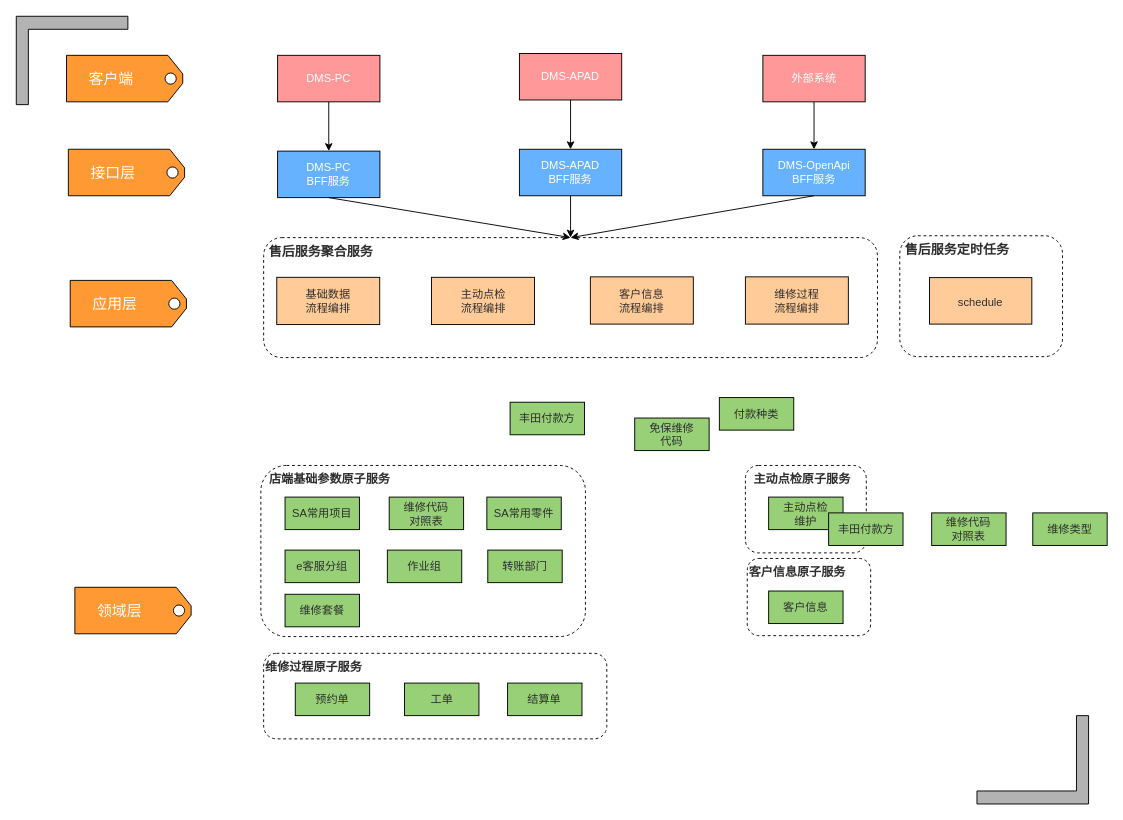
This is 服务领域服务应用架构.drawio from Fat-Rice/study, a draw.io file, before an edit. Source tidied: cells renumbered, new cells numbered last; positions are measured from the earlier drawing's top-left corner, leaving out a move shared by most shapes. Both pictures are drawn from the tidied source at 93%, with x=0, y=0 at pixel (16, 16).
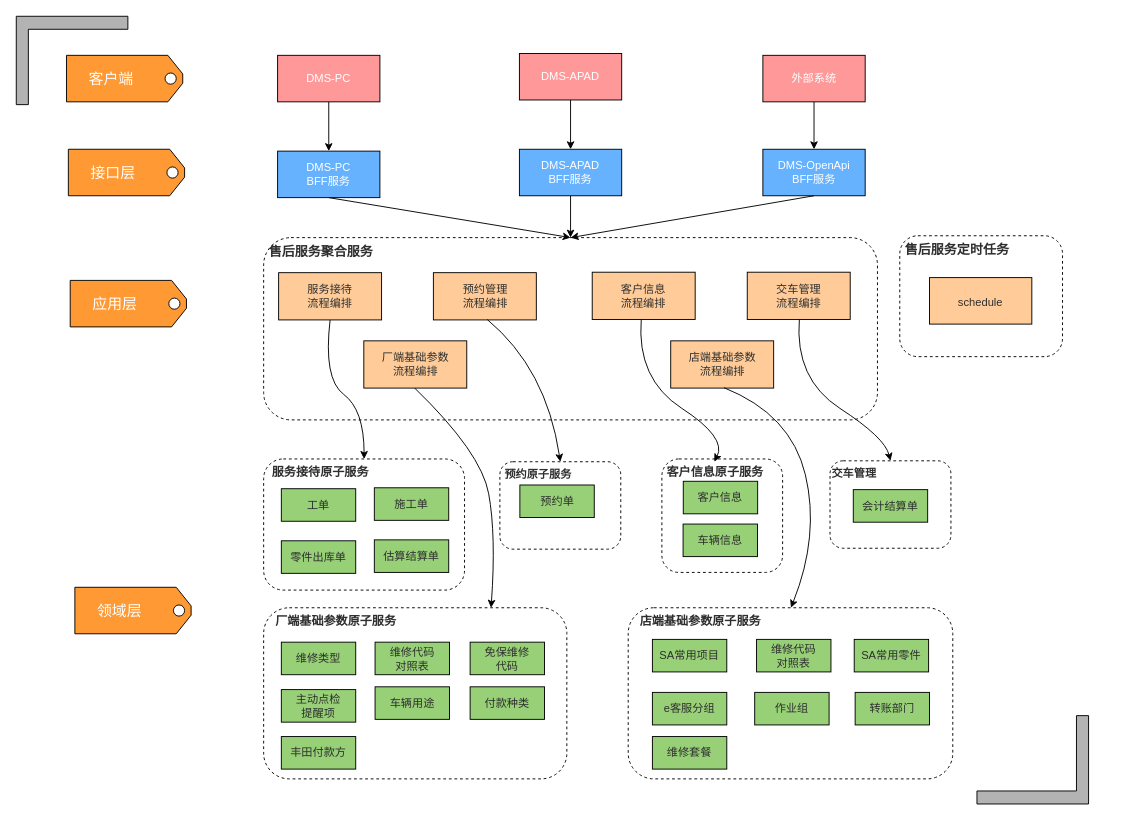
After the change.

Commit message:
更新服务领域服务应用架构.drawio

What changed in the source:
```diff
@@
+    <mxCell id="59" value="&amp;nbsp;&lt;b&gt;预约原子服务&lt;/b&gt;" style="rounded=1;whiteSpace=wrap;html=1;fontSize=12;fontColor=#2E2E2E;fillColor=#FFFFFF;dashed=1;align=left;verticalAlign=top;" parent="1" vertex="1">
+      <mxGeometry x="520" y="479" width="130" height="94" as="geometry" />
+    </mxCell>
+    <mxCell id="60" value="&lt;b&gt;&lt;font style=&quot;font-size: 13px&quot;&gt;&lt;font style=&quot;font-size: 13px&quot;&gt;&amp;nbsp;&amp;nbsp; 厂端基础参数&lt;/font&gt;&lt;/font&gt;&lt;font style=&quot;font-size: 13px&quot;&gt;原子服务&lt;/font&gt;&lt;/b&gt;" style="rounded=1;whiteSpace=wrap;html=1;fontSize=12;fontColor=#2E2E2E;fillColor=#FFFFFF;dashed=1;align=left;verticalAlign=top;" parent="1" vertex="1">
+      <mxGeometry x="266" y="636" width="326" height="184" as="geometry" />
+    </mxCell>
     <mxCell id="2" value="&lt;div style=&quot;font-size: 14px&quot; align=&quot;left&quot;&gt;&lt;font style=&quot;font-size: 14px&quot;&gt;&lt;b&gt;&lt;font style=&quot;font-size: 14px&quot; color=&quot;#2E2E2E&quot;&gt;&amp;nbsp;售后服务聚合服务&lt;/font&gt;&lt;/b&gt;&lt;/font&gt;&lt;/div&gt;" style="rounded=1;whiteSpace=wrap;html=1;fontSize=18;fontColor=#FFFFFF;fillColor=#FFFFFF;dashed=1;align=left;horizontal=1;verticalAlign=top;" parent="1" vertex="1">
-      <mxGeometry x="266" y="238" width="660" height="129" as="geometry" />
+      <mxGeometry x="266" y="238" width="660" height="196" as="geometry" />
     </mxCell>
@@
-    <mxCell id="27" value="&lt;b&gt;&lt;font style=&quot;font-size: 13px&quot;&gt;&lt;font style=&quot;font-size: 13px&quot;&gt;&amp;nbsp; 店端基础参数&lt;/font&gt;&lt;/font&gt;&lt;font style=&quot;font-size: 13px&quot;&gt;原子服务&lt;/font&gt;&lt;/b&gt;" style="rounded=1;whiteSpace=wrap;html=1;fontSize=12;fontColor=#2E2E2E;fillColor=#FFFFFF;dashed=1;align=left;verticalAlign=top;" parent="1" vertex="1">
-      <mxGeometry x="263" y="483" width="349" height="184" as="geometry" />
+    <mxCell id="27" value="&lt;b&gt;&lt;font style=&quot;font-size: 13px&quot;&gt;&lt;font style=&quot;font-size: 13px&quot;&gt;&amp;nbsp;&amp;nbsp; 店端基础参数&lt;/font&gt;&lt;/font&gt;&lt;font style=&quot;font-size: 13px&quot;&gt;原子服务&lt;/font&gt;&lt;/b&gt;" style="rounded=1;whiteSpace=wrap;html=1;fontSize=12;fontColor=#2E2E2E;fillColor=#FFFFFF;dashed=1;align=left;verticalAlign=top;" parent="1" vertex="1">
+      <mxGeometry x="658" y="636" width="349" height="184" as="geometry" />
     </mxCell>
-    <mxCell id="28" value="丰田付款方" style="rounded=0;whiteSpace=wrap;html=1;fontSize=12;fontColor=#2E2E2E;fillColor=#97D077;" parent="1" vertex="1">
-      <mxGeometry x="531" y="415" width="80" height="35" as="geometry" />
+    <mxCell id="28" value="&lt;div&gt;主动点检&lt;/div&gt;&lt;div&gt;提醒项&lt;/div&gt;" style="rounded=0;whiteSpace=wrap;html=1;fontSize=12;fontColor=#2E2E2E;fillColor=#97D077;" parent="1" vertex="1">
+      <mxGeometry x="285" y="724" width="80" height="35" as="geometry" />
     </mxCell>
     <mxCell id="29" value="作业组" style="rounded=0;whiteSpace=wrap;html=1;fontSize=12;fontColor=#2E2E2E;fillColor=#97D077;" parent="1" vertex="1">
-      <mxGeometry x="399" y="574" width="80" height="35" as="geometry" />
+      <mxGeometry x="794" y="727" width="80" height="35" as="geometry" />
     </mxCell>
-    <mxCell id="30" value="&lt;font style=&quot;font-size: 13px&quot;&gt;&lt;b&gt;&amp;nbsp; 主动点检原子服务&lt;/b&gt;&lt;/font&gt;" style="rounded=1;whiteSpace=wrap;html=1;fontSize=12;fontColor=#2E2E2E;fillColor=#FFFFFF;dashed=1;align=left;verticalAlign=top;" parent="1" vertex="1">
-      <mxGeometry x="784" y="483" width="130" height="94" as="geometry" />
+    <mxCell id="30" value="&lt;b&gt;交车管理&lt;/b&gt;" style="rounded=1;whiteSpace=wrap;html=1;fontSize=12;fontColor=#2E2E2E;fillColor=#FFFFFF;dashed=1;align=left;verticalAlign=top;" parent="1" vertex="1">
+      <mxGeometry x="875" y="478" width="130" height="94" as="geometry" />
     </mxCell>
     <mxCell id="31" value="维修类型" style="rounded=0;whiteSpace=wrap;html=1;fontSize=12;fontColor=#2E2E2E;fillColor=#97D077;" parent="1" vertex="1">
-      <mxGeometry x="1093" y="534" width="80" height="35" as="geometry" />
+      <mxGeometry x="285" y="673" width="80" height="35" as="geometry" />
     </mxCell>
     <mxCell id="32" value="SA常用零件" style="rounded=0;whiteSpace=wrap;html=1;fontSize=12;fontColor=#2E2E2E;fillColor=#97D077;" parent="1" vertex="1">
-      <mxGeometry x="506" y="517" width="80" height="35" as="geometry" />
+      <mxGeometry x="901" y="670" width="80" height="35" as="geometry" />
     </mxCell>
-    <mxCell id="33" value="&lt;div&gt;主动点检&lt;/div&gt;&lt;div&gt;维护&lt;/div&gt;" style="rounded=0;whiteSpace=wrap;html=1;fontSize=12;fontColor=#2E2E2E;fillColor=#97D077;" parent="1" vertex="1">
-      <mxGeometry x="809" y="517" width="80" height="35" as="geometry" />
+    <mxCell id="33" value="会计结算单" style="rounded=0;whiteSpace=wrap;html=1;fontSize=12;fontColor=#2E2E2E;fillColor=#97D077;" parent="1" vertex="1">
+      <mxGeometry x="900" y="509" width="80" height="35" as="geometry" />
     </mxCell>
-    <mxCell id="34" value="&lt;font style=&quot;font-size: 13px&quot;&gt;&lt;b&gt;维修过程原子服务&lt;/b&gt;&lt;/font&gt;" style="rounded=1;whiteSpace=wrap;html=1;fontSize=12;fontColor=#2E2E2E;fillColor=#FFFFFF;dashed=1;align=left;verticalAlign=top;" parent="1" vertex="1">
-      <mxGeometry x="266" y="685" width="369" height="92" as="geometry" />
+    <mxCell id="34" value="&lt;font style=&quot;font-size: 13px&quot;&gt;&lt;b&gt;&amp;nbsp; 服务接待原子服务&lt;/b&gt;&lt;/font&gt;" style="rounded=1;whiteSpace=wrap;html=1;fontSize=12;fontColor=#2E2E2E;fillColor=#FFFFFF;dashed=1;align=left;verticalAlign=top;" parent="1" vertex="1">
+      <mxGeometry x="266" y="476" width="216" height="141" as="geometry" />
     </mxCell>
     <mxCell id="35" value="预约单" style="rounded=0;whiteSpace=wrap;html=1;fontSize=12;fontColor=#2E2E2E;fillColor=#97D077;" parent="1" vertex="1">
-      <mxGeometry x="300" y="717" width="80" height="35" as="geometry" />
+      <mxGeometry x="541.5" y="504" width="80" height="35" as="geometry" />
     </mxCell>
     <mxCell id="36" value="工单" style="rounded=0;whiteSpace=wrap;html=1;fontSize=12;fontColor=#2E2E2E;fillColor=#97D077;" parent="1" vertex="1">
-      <mxGeometry x="417.5" y="717" width="80" height="35" as="geometry" />
+      <mxGeometry x="285" y="508" width="80" height="35" as="geometry" />
     </mxCell>
-    <mxCell id="37" value="基础数据&lt;br style=&quot;font-size: 12px&quot;&gt;&lt;div style=&quot;font-size: 12px&quot;&gt;&lt;font style=&quot;font-size: 12px&quot;&gt;流程编排&lt;br style=&quot;font-size: 12px&quot;&gt;&lt;/font&gt;&lt;/div&gt;" style="rounded=0;whiteSpace=wrap;html=1;fontSize=12;fontColor=#2E2E2E;fillColor=#FFCC99;" parent="1" vertex="1">
-      <mxGeometry x="280.1" y="280.7" width="110.7" height="50.8" as="geometry" />
+    <mxCell id="37" value="服务接待&lt;br style=&quot;font-size: 12px&quot;&gt;&lt;div style=&quot;font-size: 12px&quot;&gt;&lt;font style=&quot;font-size: 12px&quot;&gt;流程编排&lt;br style=&quot;font-size: 12px&quot;&gt;&lt;/font&gt;&lt;/div&gt;" style="rounded=0;whiteSpace=wrap;html=1;fontSize=12;fontColor=#2E2E2E;fillColor=#FFCC99;" parent="1" vertex="1">
+      <mxGeometry x="282.1" y="275.7" width="110.7" height="50.8" as="geometry" />
     </mxCell>
-    <mxCell id="38" value="主动点检&lt;br&gt;&lt;div style=&quot;font-size: 12px&quot;&gt;&lt;font style=&quot;font-size: 12px&quot;&gt;流程编排&lt;/font&gt;&lt;br style=&quot;font-size: 12px&quot;&gt;&lt;/div&gt;" style="rounded=0;whiteSpace=wrap;html=1;fontSize=12;fontColor=#2E2E2E;fillColor=#FFCC99;" parent="1" vertex="1">
-      <mxGeometry x="446.5" y="280.7" width="110.7" height="50.8" as="geometry" />
+    <mxCell id="38" value="预约管理&lt;br&gt;&lt;div style=&quot;font-size: 12px&quot;&gt;&lt;font style=&quot;font-size: 12px&quot;&gt;流程编排&lt;/font&gt;&lt;br style=&quot;font-size: 12px&quot;&gt;&lt;/div&gt;" style="rounded=0;whiteSpace=wrap;html=1;fontSize=12;fontColor=#2E2E2E;fillColor=#FFCC99;" parent="1" vertex="1">
+      <mxGeometry x="448.5" y="275.7" width="110.7" height="50.8" as="geometry" />
     </mxCell>
     <mxCell id="39" value="&lt;div style=&quot;font-size: 12px&quot;&gt;&lt;font style=&quot;font-size: 12px&quot;&gt;客户信息&lt;/font&gt;&lt;/div&gt;&lt;div style=&quot;font-size: 12px&quot;&gt;&lt;font style=&quot;font-size: 12px&quot;&gt;流程编排&lt;/font&gt;&lt;/div&gt;" style="rounded=0;whiteSpace=wrap;html=1;fontSize=12;fontColor=#2E2E2E;fillColor=#FFCC99;" parent="1" vertex="1">
-      <mxGeometry x="617.3" y="280.2" width="110.7" height="50.8" as="geometry" />
+      <mxGeometry x="619.3" y="275.2" width="110.7" height="50.8" as="geometry" />
     </mxCell>
-    <mxCell id="40" value="维修过程&lt;br&gt;&lt;div style=&quot;font-size: 12px&quot;&gt;&lt;font style=&quot;font-size: 12px&quot;&gt;流程编排&lt;/font&gt;&lt;/div&gt;" style="rounded=0;whiteSpace=wrap;html=1;fontSize=12;fontColor=#2E2E2E;fillColor=#FFCC99;" parent="1" vertex="1">
-      <mxGeometry x="784" y="280.2" width="110.7" height="50.8" as="geometry" />
+    <mxCell id="40" value="交车管理&lt;br&gt;&lt;div style=&quot;font-size: 12px&quot;&gt;&lt;font style=&quot;font-size: 12px&quot;&gt;流程编排&lt;/font&gt;&lt;/div&gt;" style="rounded=0;whiteSpace=wrap;html=1;fontSize=12;fontColor=#2E2E2E;fillColor=#FFCC99;" parent="1" vertex="1">
+      <mxGeometry x="786" y="275.2" width="110.7" height="50.8" as="geometry" />
     </mxCell>
@@
     <mxCell id="43" value="&lt;div&gt;维修代码&lt;/div&gt;&lt;div&gt;对照表&lt;/div&gt;" style="rounded=0;whiteSpace=wrap;html=1;fontSize=12;fontColor=#2E2E2E;fillColor=#97D077;" parent="1" vertex="1">
-      <mxGeometry x="401" y="517" width="80" height="35" as="geometry" />
+      <mxGeometry x="796" y="670" width="80" height="35" as="geometry" />
     </mxCell>
     <mxCell id="44" value="SA常用项目" style="rounded=0;whiteSpace=wrap;html=1;fontSize=12;fontColor=#2E2E2E;fillColor=#97D077;" parent="1" vertex="1">
-      <mxGeometry x="289" y="517" width="80" height="35" as="geometry" />
+      <mxGeometry x="684" y="670" width="80" height="35" as="geometry" />
     </mxCell>
     <mxCell id="45" value="付款种类" style="rounded=0;whiteSpace=wrap;html=1;fontSize=12;fontColor=#2E2E2E;fillColor=#97D077;" parent="1" vertex="1">
-      <mxGeometry x="756" y="410" width="80" height="35" as="geometry" />
+      <mxGeometry x="488" y="721" width="80" height="35" as="geometry" />
     </mxCell>
     <mxCell id="46" value="&lt;div&gt;免保维修&lt;/div&gt;&lt;div&gt;代码&lt;/div&gt;" style="rounded=0;whiteSpace=wrap;html=1;fontSize=12;fontColor=#2E2E2E;fillColor=#97D077;" parent="1" vertex="1">
-      <mxGeometry x="665" y="432" width="80" height="35" as="geometry" />
+      <mxGeometry x="488" y="673" width="80" height="35" as="geometry" />
     </mxCell>
     <mxCell id="47" value="e客服分组" style="rounded=0;whiteSpace=wrap;html=1;fontSize=12;fontColor=#2E2E2E;fillColor=#97D077;" parent="1" vertex="1">
-      <mxGeometry x="289" y="574" width="80" height="35" as="geometry" />
+      <mxGeometry x="684" y="727" width="80" height="35" as="geometry" />
     </mxCell>
-    <mxCell id="48" value="&lt;font style=&quot;font-size: 13px&quot;&gt;&lt;b&gt;客户信息原子服务&lt;/b&gt;&lt;/font&gt;" style="rounded=1;whiteSpace=wrap;html=1;fontSize=12;fontColor=#2E2E2E;fillColor=#FFFFFF;dashed=1;align=left;verticalAlign=top;" parent="1" vertex="1">
-      <mxGeometry x="786" y="583" width="132.7" height="83" as="geometry" />
+    <mxCell id="48" value="&lt;font style=&quot;font-size: 13px&quot;&gt;&lt;b&gt;&amp;nbsp;客户信息原子服务&lt;/b&gt;&lt;/font&gt;" style="rounded=1;whiteSpace=wrap;html=1;fontSize=12;fontColor=#2E2E2E;fillColor=#FFFFFF;dashed=1;align=left;verticalAlign=top;" parent="1" vertex="1">
+      <mxGeometry x="694.2" y="476" width="129.8" height="122" as="geometry" />
     </mxCell>
-    <mxCell id="49" value="结算单" style="rounded=0;whiteSpace=wrap;html=1;fontSize=12;fontColor=#2E2E2E;fillColor=#97D077;" parent="1" vertex="1">
-      <mxGeometry x="528.3" y="717" width="80" height="35" as="geometry" />
+    <mxCell id="49" value="施工单" style="rounded=0;whiteSpace=wrap;html=1;fontSize=12;fontColor=#2E2E2E;fillColor=#97D077;" parent="1" vertex="1">
+      <mxGeometry x="385" y="507" width="80" height="35" as="geometry" />
     </mxCell>
@@
     <mxCell id="54" value="维修套餐" style="rounded=0;whiteSpace=wrap;html=1;fontSize=12;fontColor=#2E2E2E;fillColor=#97D077;" parent="1" vertex="1">
-      <mxGeometry x="289" y="621.5" width="80" height="35" as="geometry" />
+      <mxGeometry x="684" y="774.5" width="80" height="35" as="geometry" />
     </mxCell>
     <mxCell id="55" value="客户信息" style="rounded=0;whiteSpace=wrap;html=1;fontSize=12;fontColor=#2E2E2E;fillColor=#97D077;" parent="1" vertex="1">
-      <mxGeometry x="809" y="618" width="80" height="35" as="geometry" />
+      <mxGeometry x="717.2" y="500" width="80" height="35" as="geometry" />
     </mxCell>
     <mxCell id="56" value="&lt;div&gt;维修代码&lt;/div&gt;&lt;div&gt;对照表&lt;/div&gt;" style="rounded=0;whiteSpace=wrap;html=1;fontSize=12;fontColor=#2E2E2E;fillColor=#97D077;" parent="1" vertex="1">
-      <mxGeometry x="984.3" y="534" width="80" height="35" as="geometry" />
+      <mxGeometry x="385.8" y="673" width="80" height="35" as="geometry" />
     </mxCell>
+    <mxCell id="58" value="转账部门" style="rounded=0;whiteSpace=wrap;html=1;fontSize=12;fontColor=#2E2E2E;fillColor=#97D077;" parent="1" vertex="1">
+      <mxGeometry x="902" y="727" width="80" height="35" as="geometry" />
+    </mxCell>
+    <mxCell id="61" value="车辆用途" style="rounded=0;whiteSpace=wrap;html=1;fontSize=12;fontColor=#2E2E2E;fillColor=#97D077;" parent="1" vertex="1">
+      <mxGeometry x="385.8" y="721" width="80" height="35" as="geometry" />
+    </mxCell>
     <mxCell id="57" value="丰田付款方" style="rounded=0;whiteSpace=wrap;html=1;fontSize=12;fontColor=#2E2E2E;fillColor=#97D077;" parent="1" vertex="1">
-      <mxGeometry x="873.5" y="534" width="80" height="35" as="geometry" />
+      <mxGeometry x="285" y="774.5" width="80" height="35" as="geometry" />
     </mxCell>
-    <mxCell id="58" value="转账部门" style="rounded=0;whiteSpace=wrap;html=1;fontSize=12;fontColor=#2E2E2E;fillColor=#97D077;" parent="1" vertex="1">
-      <mxGeometry x="507" y="574" width="80" height="35" as="geometry" />
-    </mxCell>
+    <mxCell id="62" value="零件出库单" style="rounded=0;whiteSpace=wrap;html=1;fontSize=12;fontColor=#2E2E2E;fillColor=#97D077;" parent="1" vertex="1">
+      <mxGeometry x="285" y="564" width="80" height="35" as="geometry" />
+    </mxCell>
+    <mxCell id="63" value="估算结算单" style="rounded=0;whiteSpace=wrap;html=1;fontSize=12;fontColor=#2E2E2E;fillColor=#97D077;" parent="1" vertex="1">
+      <mxGeometry x="385" y="563" width="80" height="35" as="geometry" />
+    </mxCell>
+    <mxCell id="64" value="车辆信息" style="rounded=0;whiteSpace=wrap;html=1;fontSize=12;fontColor=#2E2E2E;fillColor=#97D077;" parent="1" vertex="1">
+      <mxGeometry x="717" y="546" width="80" height="35" as="geometry" />
+    </mxCell>
+    <mxCell id="65" value="厂端基础参数&lt;br style=&quot;font-size: 12px&quot;&gt;&lt;div style=&quot;font-size: 12px&quot;&gt;&lt;font style=&quot;font-size: 12px&quot;&gt;流程编排&lt;br style=&quot;font-size: 12px&quot;&gt;&lt;/font&gt;&lt;/div&gt;" style="rounded=0;whiteSpace=wrap;html=1;fontSize=12;fontColor=#2E2E2E;fillColor=#FFCC99;" parent="1" vertex="1">
+      <mxGeometry x="373.7" y="349" width="110.7" height="50.8" as="geometry" />
+    </mxCell>
+    <mxCell id="66" value="店端基础参数&lt;br&gt;&lt;div style=&quot;font-size: 12px&quot;&gt;&lt;font style=&quot;font-size: 12px&quot;&gt;流程编排&lt;/font&gt;&lt;br style=&quot;font-size: 12px&quot;&gt;&lt;/div&gt;" style="rounded=0;whiteSpace=wrap;html=1;fontSize=12;fontColor=#2E2E2E;fillColor=#FFCC99;" parent="1" vertex="1">
+      <mxGeometry x="703.7" y="349" width="110.7" height="50.8" as="geometry" />
+    </mxCell>
+    <mxCell id="67" style="curved=1;endArrow=classic;html=1;rounded=0;exitX=0.5;exitY=1;exitDx=0;exitDy=0;" parent="1" edge="1" source="37" target="34">
+      <mxGeometry relative="1" as="geometry">
+        <Array as="points">
+          <mxPoint x="330" y="390" />
+          <mxPoint x="374" y="423" />
+        </Array>
+      </mxGeometry>
+    </mxCell>
+    <mxCell id="68" style="curved=1;endArrow=classic;html=1;rounded=0;exitX=0.5;exitY=1;exitDx=0;exitDy=0;entryX=0.5;entryY=0;entryDx=0;entryDy=0;" parent="1" edge="1" target="59">
+      <mxGeometry relative="1" as="geometry">
+        <mxPoint x="506.4" y="326" as="sourcePoint" />
+        <Array as="points">
+          <mxPoint x="570" y="379" />
+        </Array>
+      </mxGeometry>
+    </mxCell>
+    <mxCell id="69" style="curved=1;endArrow=classic;html=1;rounded=0;exitX=0.5;exitY=1;exitDx=0;exitDy=0;entryX=0.5;entryY=0;entryDx=0;entryDy=0;" parent="1" edge="1">
+      <mxGeometry relative="1" as="geometry">
+        <mxPoint x="672" y="326" as="sourcePoint" />
+        <mxPoint x="750.6" y="479" as="targetPoint" />
+        <Array as="points">
+          <mxPoint x="667" y="390" />
+          <mxPoint x="764" y="453" />
+        </Array>
+      </mxGeometry>
+    </mxCell>
+    <mxCell id="70" style="curved=1;endArrow=classic;html=1;rounded=0;exitX=0.5;exitY=1;exitDx=0;exitDy=0;entryX=0.5;entryY=0;entryDx=0;entryDy=0;" parent="1" edge="1" target="30">
+      <mxGeometry relative="1" as="geometry">
+        <mxPoint x="842" y="326" as="sourcePoint" />
+        <Array as="points">
+          <mxPoint x="837" y="390" />
+          <mxPoint x="934" y="453" />
+        </Array>
+      </mxGeometry>
+    </mxCell>
+    <mxCell id="71" style="curved=1;endArrow=classic;html=1;rounded=0;exitX=0.5;exitY=1;exitDx=0;exitDy=0;entryX=0.75;entryY=0;entryDx=0;entryDy=0;" parent="1" edge="1" target="60">
+      <mxGeometry relative="1" as="geometry">
+        <mxPoint x="428.4" y="399.8" as="sourcePoint" />
+        <Array as="points">
+          <mxPoint x="500" y="469" />
+          <mxPoint x="516" y="558" />
+        </Array>
+      </mxGeometry>
+    </mxCell>
+    <mxCell id="72" style="curved=1;endArrow=classic;html=1;rounded=0;exitX=0.5;exitY=1;exitDx=0;exitDy=0;" parent="1" edge="1">
+      <mxGeometry relative="1" as="geometry">
+        <mxPoint x="761" y="399.4" as="sourcePoint" />
+        <mxPoint x="833" y="636" as="targetPoint" />
+        <Array as="points">
+          <mxPoint x="833" y="428" />
+          <mxPoint x="864" y="558" />
+        </Array>
+      </mxGeometry>
+    </mxCell>
```
